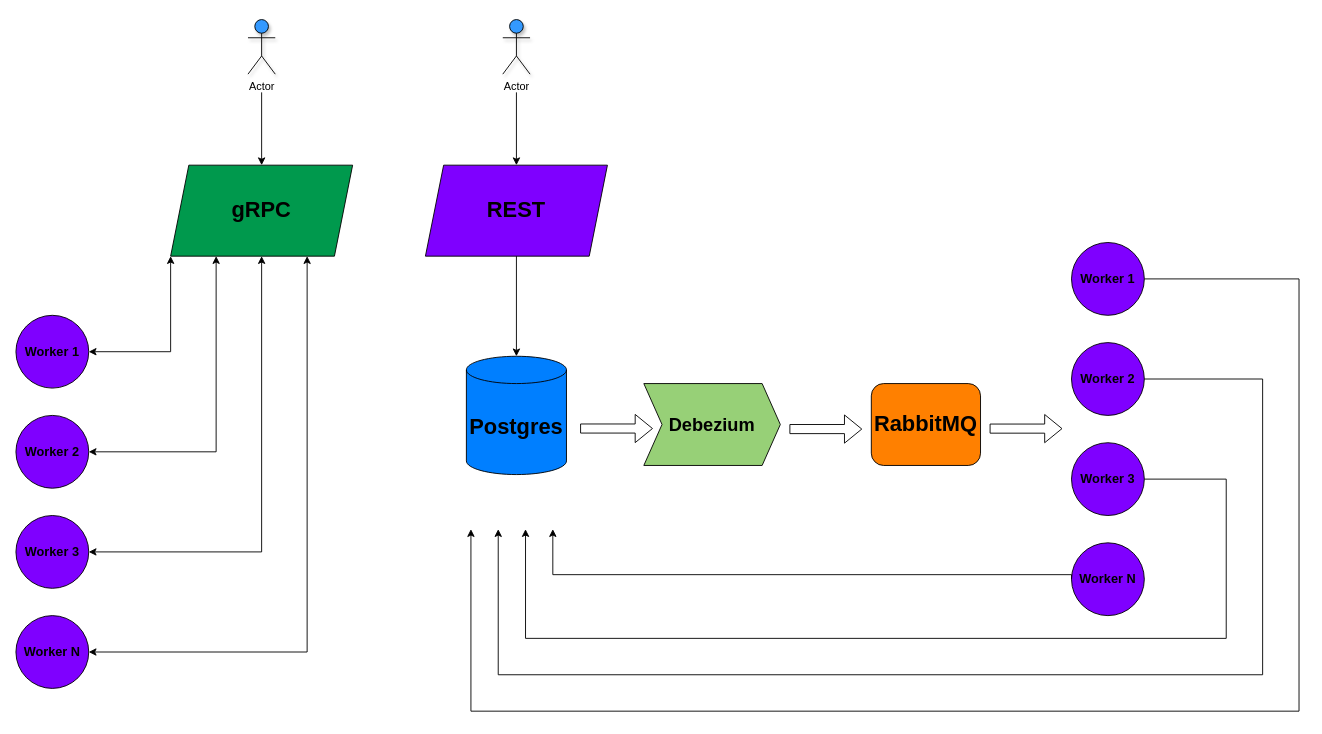
This is docs/architecture.drawio from qvp/golinks, a draw.io file, before an edit. Source tidied: cells renumbered, new cells numbered last; positions are measured from the earlier drawing's top-left corner, leaving out a move shared by most shapes. Both pictures are drawn from the tidied source at 91%, with x=0, y=0 at pixel (15, 19).
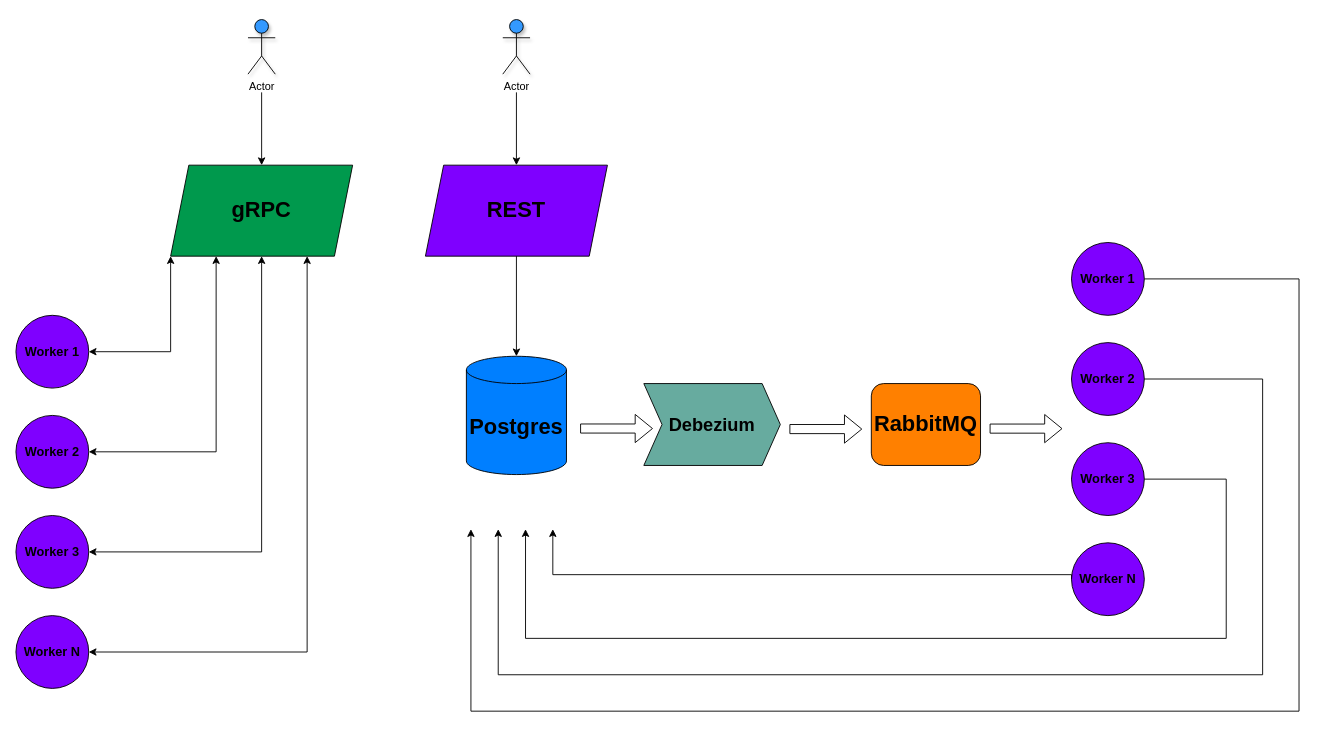
After the change.

The edit, as a diff of the source:
```diff
@@
-    <mxCell id="10" value="&lt;b&gt;&lt;font style=&quot;font-size: 20px;&quot;&gt;Debezium&lt;/font&gt;&lt;/b&gt;" style="shape=step;perimeter=stepPerimeter;whiteSpace=wrap;html=1;fixedSize=1;fillColor=#97D077;" parent="1" vertex="1">
+    <mxCell id="10" value="&lt;b&gt;&lt;font style=&quot;font-size: 20px;&quot;&gt;Debezium&lt;/font&gt;&lt;/b&gt;" style="shape=step;perimeter=stepPerimeter;whiteSpace=wrap;html=1;fixedSize=1;fillColor=#67AB9F;" parent="1" vertex="1">
       <mxGeometry x="690" y="400" width="150" height="90" as="geometry" />
     </mxCell>
```
